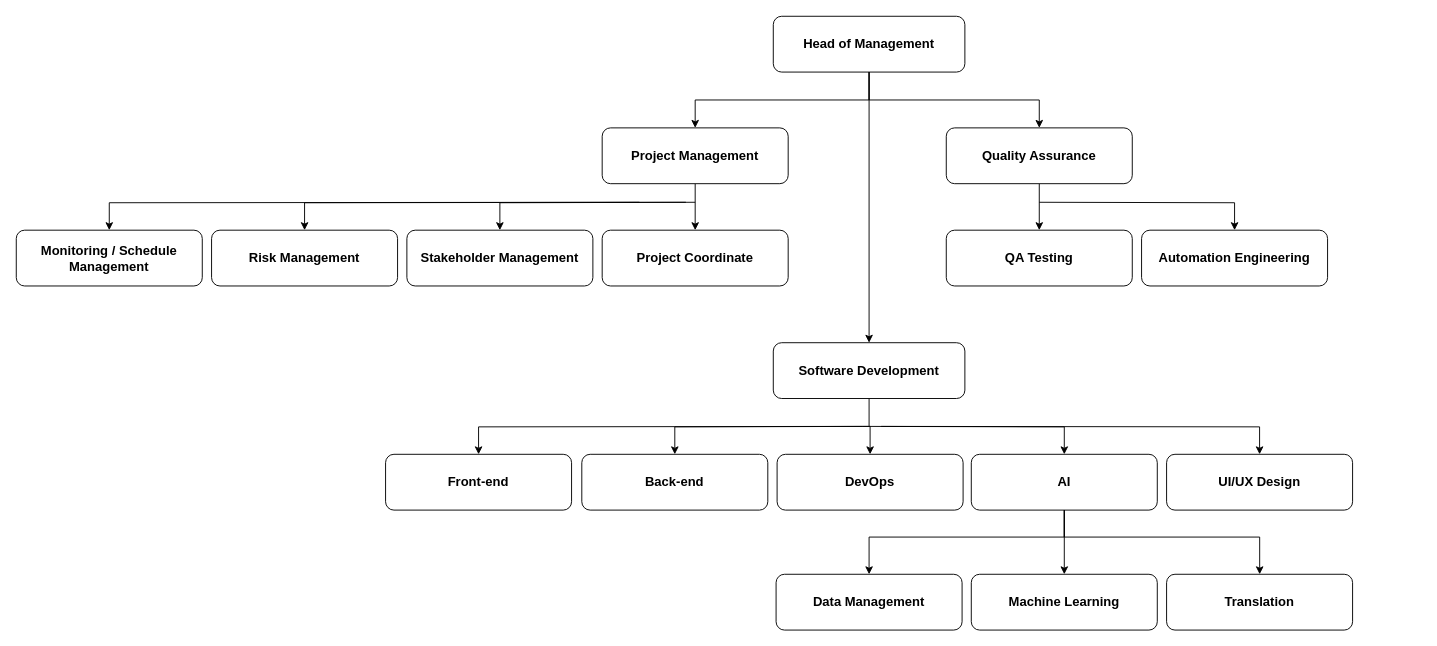
iirtrtrt/data keeps this draw.io diagram as pmp.drawio. Above is the earlier version. Source tidied: cells renumbered, new cells numbered last; positions are measured from the earlier drawing's top-left corner, leaving out a move shared by most shapes. Both pictures are drawn from the tidied source at 93%, with x=0, y=0 at pixel (16, 16).
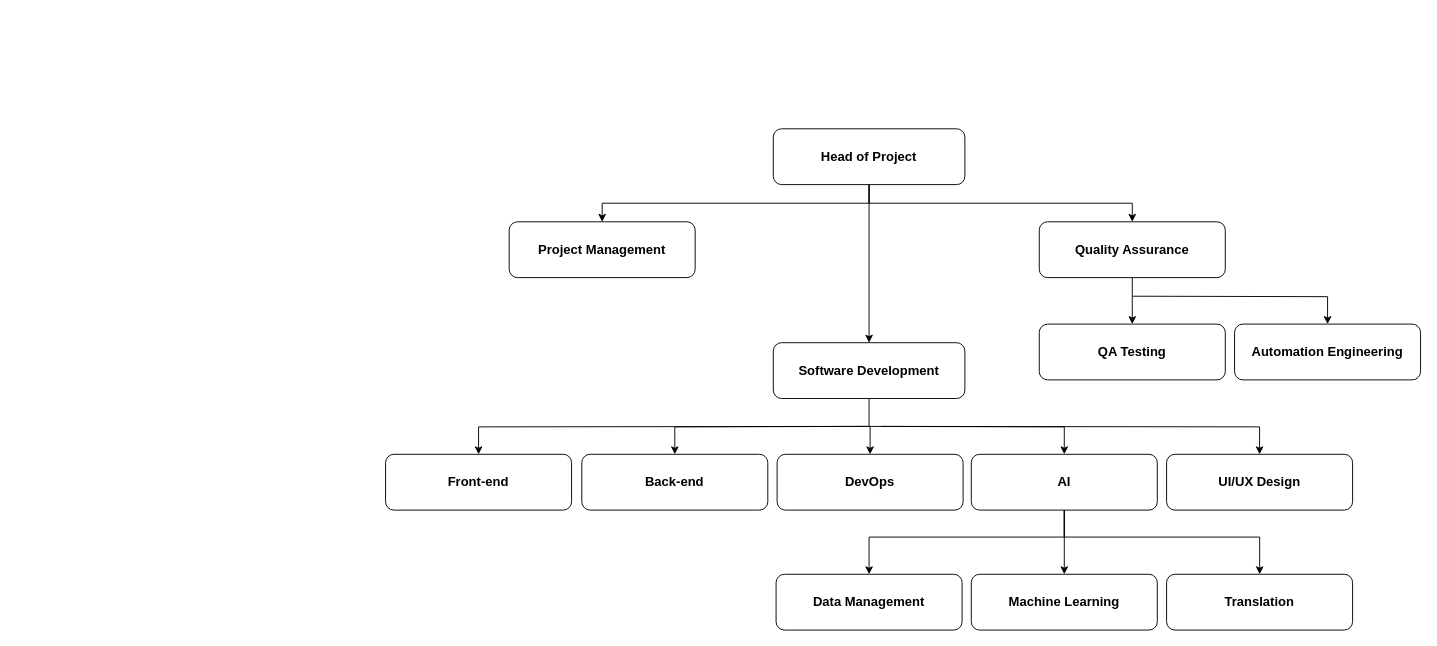
Above is the later version.

Change to the diagram source:
```diff
@@
     <mxCell id="3" style="edgeStyle=orthogonalEdgeStyle;rounded=0;jettySize=auto;html=1;entryX=0.5;entryY=0;entryDx=0;entryDy=0;" parent="1" edge="1" source="5" target="16">
-      <mxGeometry relative="1" as="geometry" />
+      <mxGeometry relative="1" as="geometry">
+        <Array as="points">
+          <mxPoint x="917" y="201" />
+          <mxPoint x="630" y="201" />
+        </Array>
+      </mxGeometry>
     </mxCell>
     <mxCell id="4" style="edgeStyle=orthogonalEdgeStyle;rounded=0;jettySize=auto;html=1;entryX=0.5;entryY=0;entryDx=0;entryDy=0;" parent="1" edge="1" source="5" target="19">
-      <mxGeometry relative="1" as="geometry" />
+      <mxGeometry relative="1" as="geometry">
+        <Array as="points">
+          <mxPoint x="917" y="201" />
+          <mxPoint x="1200" y="201" />
+        </Array>
+      </mxGeometry>
     </mxCell>
-    <mxCell id="5" value="&lt;span style=&quot;font-size: 14px;&quot;&gt;&lt;b&gt;Head of Management&lt;/b&gt;&lt;/span&gt;" style="rounded=1;whiteSpace=wrap;html=1;" parent="1" vertex="1">
-      <mxGeometry x="814" width="206" height="60" as="geometry" />
+    <mxCell id="5" value="&lt;span style=&quot;font-size: 14px;&quot;&gt;&lt;b&gt;Head of Project&lt;/b&gt;&lt;/span&gt;" style="rounded=1;whiteSpace=wrap;html=1;" parent="1" vertex="1">
+      <mxGeometry x="814" y="121" width="206" height="60" as="geometry" />
     </mxCell>
@@
-    <mxCell id="12" style="edgeStyle=orthogonalEdgeStyle;rounded=0;jettySize=auto;html=1;entryX=0.5;entryY=0;entryDx=0;entryDy=0;" parent="1" edge="1" source="16" target="30">
-      <mxGeometry relative="1" as="geometry" />
-    </mxCell>
-    <mxCell id="13" style="edgeStyle=orthogonalEdgeStyle;rounded=0;jettySize=auto;html=1;entryX=0.5;entryY=0;entryDx=0;entryDy=0;" parent="1" edge="1" target="31">
-      <mxGeometry relative="1" as="geometry">
-        <mxPoint x="730" y="200" as="sourcePoint" />
-      </mxGeometry>
-    </mxCell>
-    <mxCell id="14" style="edgeStyle=orthogonalEdgeStyle;rounded=0;jettySize=auto;html=1;entryX=0.5;entryY=0;entryDx=0;entryDy=0;" parent="1" edge="1" target="32">
-      <mxGeometry relative="1" as="geometry">
-        <mxPoint x="720" y="200" as="sourcePoint" />
-      </mxGeometry>
-    </mxCell>
-    <mxCell id="15" style="edgeStyle=orthogonalEdgeStyle;rounded=0;jettySize=auto;html=1;entryX=0.5;entryY=0;entryDx=0;entryDy=0;" parent="1" edge="1" target="33">
-      <mxGeometry relative="1" as="geometry">
-        <mxPoint x="670" y="200" as="sourcePoint" />
-      </mxGeometry>
-    </mxCell>
     <mxCell id="16" value="&lt;span style=&quot;font-size: 14px;&quot;&gt;&lt;b&gt;Project Management&lt;/b&gt;&lt;/span&gt;" style="rounded=1;whiteSpace=wrap;html=1;" parent="1" vertex="1">
-      <mxGeometry x="630" y="120" width="200" height="60" as="geometry" />
+      <mxGeometry x="530" y="221" width="200" height="60" as="geometry" />
     </mxCell>
@@
     <mxCell id="18" style="edgeStyle=orthogonalEdgeStyle;rounded=0;jettySize=auto;html=1;entryX=0.5;entryY=0;entryDx=0;entryDy=0;" parent="1" edge="1" target="29">
       <mxGeometry relative="1" as="geometry">
-        <mxPoint x="1100" y="200" as="sourcePoint" />
+        <mxPoint x="1200" y="301" as="sourcePoint" />
       </mxGeometry>
     </mxCell>
     <mxCell id="19" value="&lt;span style=&quot;font-size: 14px;&quot;&gt;&lt;b&gt;Quality Assurance&lt;/b&gt;&lt;/span&gt;" style="rounded=1;whiteSpace=wrap;html=1;" parent="1" vertex="1">
-      <mxGeometry x="1000" y="120" width="200" height="60" as="geometry" />
+      <mxGeometry x="1100" y="221" width="200" height="60" as="geometry" />
     </mxCell>
@@
     <mxCell id="28" value="&lt;span style=&quot;font-size: 14px;&quot;&gt;&lt;b&gt;QA Testing&lt;/b&gt;&lt;/span&gt;" style="rounded=1;whiteSpace=wrap;html=1;" parent="1" vertex="1">
-      <mxGeometry x="1000" y="230" width="200" height="60" as="geometry" />
+      <mxGeometry x="1100" y="331" width="200" height="60" as="geometry" />
     </mxCell>
     <mxCell id="29" value="&lt;span style=&quot;font-size: 14px;&quot;&gt;&lt;b&gt;Automation Engineering&lt;/b&gt;&lt;/span&gt;" style="rounded=1;whiteSpace=wrap;html=1;" parent="1" vertex="1">
-      <mxGeometry x="1210" y="230" width="200" height="60" as="geometry" />
+      <mxGeometry x="1310" y="331" width="200" height="60" as="geometry" />
     </mxCell>
-    <mxCell id="30" value="&lt;span style=&quot;font-size: 14px;&quot;&gt;&lt;b&gt;Project Coordinate&lt;/b&gt;&lt;/span&gt;" style="rounded=1;whiteSpace=wrap;html=1;" parent="1" vertex="1">
-      <mxGeometry x="630" y="230" width="200" height="60" as="geometry" />
-    </mxCell>
-    <mxCell id="31" value="&lt;span style=&quot;font-size: 14px;&quot;&gt;&lt;b&gt;Stakeholder Management&lt;/b&gt;&lt;/span&gt;" style="rounded=1;whiteSpace=wrap;html=1;" parent="1" vertex="1">
-      <mxGeometry x="420" y="230" width="200" height="60" as="geometry" />
-    </mxCell>
-    <mxCell id="32" value="&lt;span style=&quot;font-size: 14px;&quot;&gt;&lt;b&gt;Risk Management&lt;/b&gt;&lt;/span&gt;" style="rounded=1;whiteSpace=wrap;html=1;" parent="1" vertex="1">
-      <mxGeometry x="210" y="230" width="200" height="60" as="geometry" />
-    </mxCell>
-    <mxCell id="33" value="&lt;span style=&quot;font-size: 14px;&quot;&gt;&lt;b&gt;Monitoring /&amp;nbsp;&lt;/b&gt;&lt;/span&gt;&lt;b style=&quot;font-size: 14px; background-color: initial;&quot;&gt;Schedule Management&lt;/b&gt;" style="rounded=1;whiteSpace=wrap;html=1;" parent="1" vertex="1">
-      <mxGeometry y="230" width="200" height="60" as="geometry" />
-    </mxCell>
```
